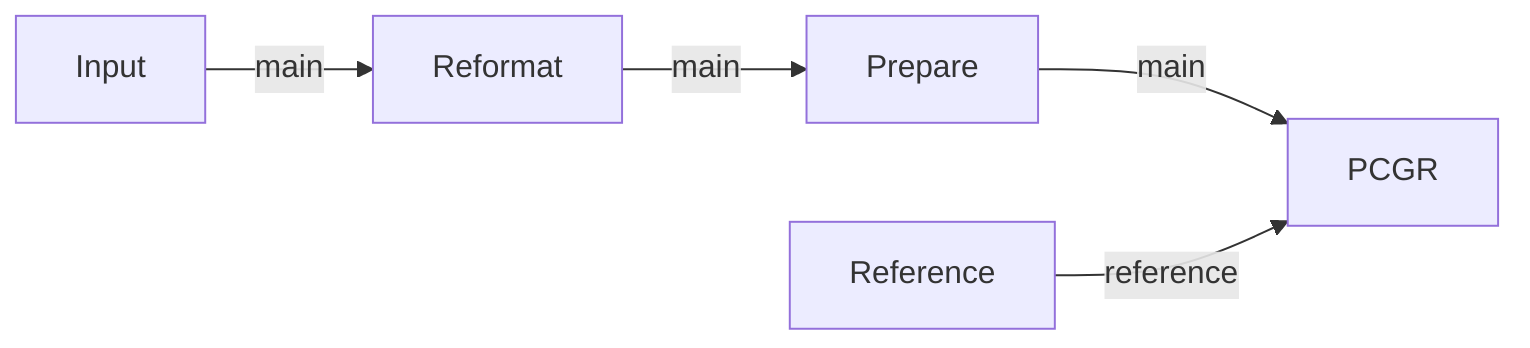
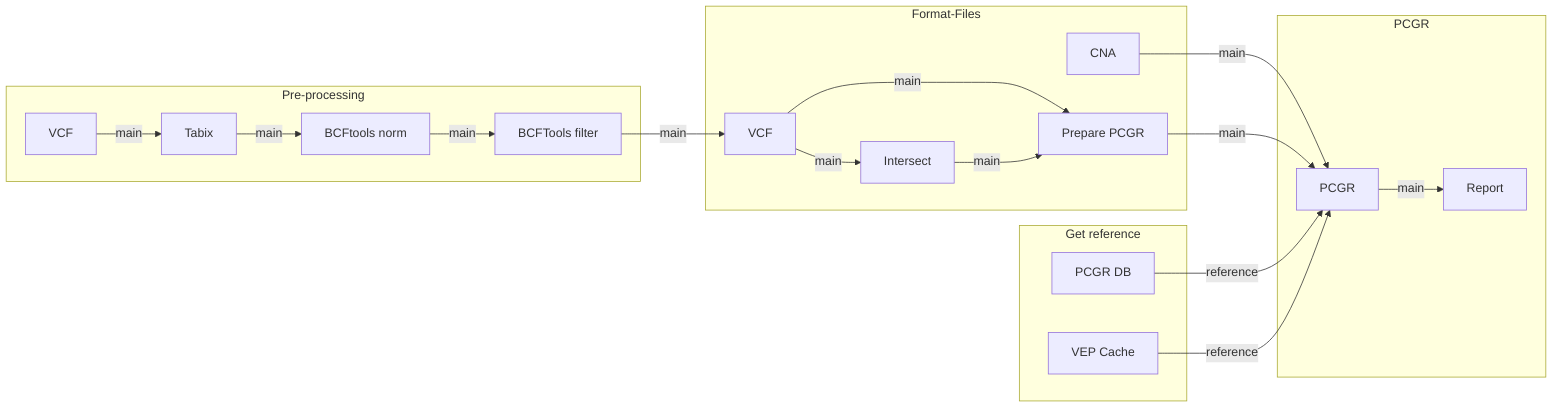
- %%metro title: variantprioritization
- %%metro style: dark
+ %%metro title: nf-core/variantprioritization
+ %%metro logo: nf-core-variantprioritization_logo_dark.png
+ %%metro file: vcf_in | VCF
+ %%metro file: report_pcgr | HTML
%%metro line: main | Main | #4CAF50
%%metro line: reference | Reference | #2196F3

graph LR
-     input[Input]
-     reference[Reference]
-     reformat[Reformat]
-     prepare[Prepare]
-     pcgr[PCGR]

-     input -->|main| reformat
-     reformat -->|main| prepare
-     prepare -->|main| pcgr
-     reference -->|reference| pcgr
+     subgraph preprocessing [Pre-processing]
+         vcf_in[VCF]
+         tabix[Tabix]
+         bcftools_norm[BCFtools norm]
+         bcftools_filter[BCFTools filter]
+ 
+         vcf_in -->|main| tabix
+         tabix -->|main| bcftools_norm
+         bcftools_norm -->|main| bcftools_filter
+     end
+ 
+ 
+     subgraph format_files [Format-Files]
+         reformat_cna[CNA]
+         reformat_vcf[VCF]
+         intersect[Intersect]
+         prepare_pcgr[Prepare PCGR]
+ 
+         reformat_vcf -->|main| intersect
+         reformat_vcf -->|main| prepare_pcgr
+         intersect -->|main| prepare_pcgr
+     end
+ 
+     subgraph reference [Get reference]
+         get_pcgr[PCGR DB]
+         get_vep[VEP Cache]
+     end
+ 
+     subgraph run_pcgr [PCGR]
+         pcgr[PCGR]
+         report_pcgr[Report]
+ 
+         pcgr -->|main| report_pcgr
+     end
+ 
+     %% Inter-section edges
+     bcftools_filter -->|main| reformat_vcf
+     reformat_cna -->|main| pcgr
+     prepare_pcgr -->|main| pcgr
+     get_pcgr -->|reference| pcgr
+     get_vep -->|reference| pcgr
